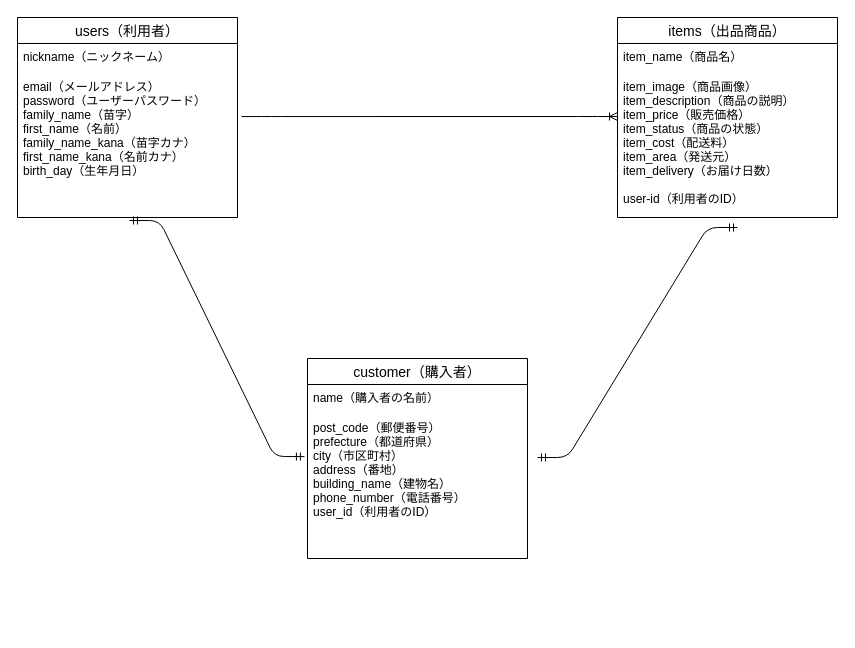
Earlier version of the draw.io diagram page "ページ1" (1 of 2) of furima.dio (atteyo-th/furima-34412). Source tidied: cells renumbered, new cells numbered last; positions are measured from the earlier drawing's top-left corner, leaving out a move shared by most shapes. Both pictures are drawn from the tidied source at 100%, with x=0, y=0 at pixel (17, 17).
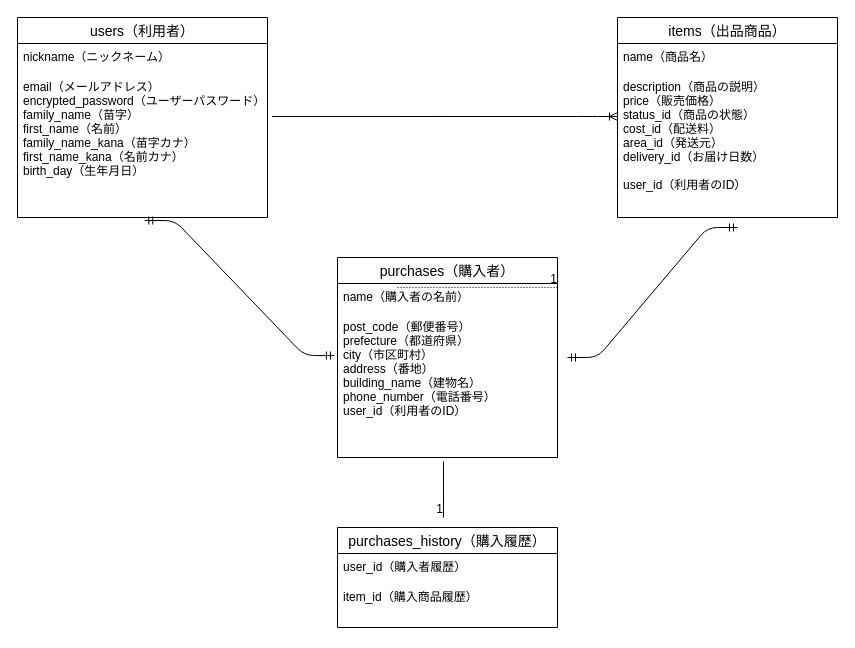
The same page after the edit.

The change refers to these unchanged cells:
```xml
<mxCell id="5" value="items（出品商品）" style="swimlane;fontStyle=0;horizontal=1;startSize=26;align=center;fontSize=14;direction=east;" parent="1" vertex="1">
  <mxGeometry x="600" width="220" height="200" as="geometry" />
</mxCell>
<mxCell id="11" value="post_code（郵便番号）&#10;prefecture（都道府県）&#10;city（市区町村）&#10;address（番地）&#10;building_name（建物名）&#10;phone_number（電話番号）&#10;user_id（利用者のID）&#10;&#10;&#10;" style="text;strokeColor=none;fillColor=none;spacingLeft=4;spacingRight=4;overflow=hidden;points=[[0,0.5],[1,0.5]];portConstraint=eastwest;fontSize=12;" parent="9" vertex="1">
  <mxGeometry y="56" width="220" height="144" as="geometry" />
</mxCell>
```

Change to the diagram source:
```diff
@@
     <mxCell id="2" value="users（利用者）" style="swimlane;fontStyle=0;horizontal=1;startSize=26;align=center;fontSize=14;direction=east;" parent="1" vertex="1">
-      <mxGeometry width="220" height="200" as="geometry" />
+      <mxGeometry width="250" height="200" as="geometry" />
     </mxCell>
     <mxCell id="3" value="nickname（ニックネーム）" style="text;fillColor=none;spacingLeft=4;spacingRight=4;overflow=hidden;fontSize=12;" parent="2" vertex="1">
-      <mxGeometry y="26" width="220" height="30" as="geometry" />
+      <mxGeometry y="26" width="250" height="30" as="geometry" />
     </mxCell>
-    <mxCell id="4" value="email（メールアドレス）&#10;password（ユーザーパスワード）&#10;family_name（苗字）&#10;first_name（名前）&#10;family_name_kana（苗字カナ）&#10;first_name_kana（名前カナ）&#10;birth_day（生年月日）&#10;&#10;&#10;&#10;" style="text;strokeColor=none;fillColor=none;spacingLeft=4;spacingRight=4;overflow=hidden;points=[[0,0.5],[1,0.5]];portConstraint=eastwest;fontSize=12;" parent="2" vertex="1">
-      <mxGeometry y="56" width="220" height="144" as="geometry" />
+    <mxCell id="4" value="email（メールアドレス）&#10;encrypted_password（ユーザーパスワード）&#10;family_name（苗字）&#10;first_name（名前）&#10;family_name_kana（苗字カナ）&#10;first_name_kana（名前カナ）&#10;birth_day（生年月日）&#10;&#10;&#10;&#10;" style="text;strokeColor=none;fillColor=none;spacingLeft=4;spacingRight=4;overflow=hidden;points=[[0,0.5],[1,0.5]];portConstraint=eastwest;fontSize=12;" parent="2" vertex="1">
+      <mxGeometry y="56" width="250" height="144" as="geometry" />
     </mxCell>
@@
-    <mxCell id="6" value="item_name（商品名）" style="text;fillColor=none;spacingLeft=4;spacingRight=4;overflow=hidden;fontSize=12;" parent="5" vertex="1">
+    <mxCell id="6" value="name（商品名）" style="text;fillColor=none;spacingLeft=4;spacingRight=4;overflow=hidden;fontSize=12;" parent="5" vertex="1">
       <mxGeometry y="26" width="220" height="30" as="geometry" />
     </mxCell>
-    <mxCell id="7" value="item_image（商品画像）&#10;item_description（商品の説明）&#10;item_price（販売価格）&#10;item_status（商品の状態）&#10;item_cost（配送料）&#10;item_area（発送元）&#10;item_delivery（お届け日数）&#10;&#10;user-id（利用者のID）&#10;&#10;&#10;&#10;" style="text;strokeColor=none;fillColor=none;spacingLeft=4;spacingRight=4;overflow=hidden;fontSize=12;" parent="5" vertex="1">
+    <mxCell id="7" value="description（商品の説明）&#10;price（販売価格）&#10;status_id（商品の状態）&#10;cost_id（配送料）&#10;area_id（発送元）&#10;delivery_id（お届け日数）&#10;&#10;user_id（利用者のID）&#10;&#10;&#10;&#10;" style="text;strokeColor=none;fillColor=none;spacingLeft=4;spacingRight=4;overflow=hidden;fontSize=12;" parent="5" vertex="1">
       <mxGeometry y="56" width="220" height="144" as="geometry" />
     </mxCell>
@@
-    <mxCell id="9" value="customer（購入者）" style="swimlane;fontStyle=0;horizontal=1;startSize=26;align=center;fontSize=14;direction=east;" parent="1" vertex="1">
-      <mxGeometry x="290" y="341" width="220" height="200" as="geometry" />
+    <mxCell id="9" value="purchases（購入者）" style="swimlane;fontStyle=0;horizontal=1;startSize=26;align=center;fontSize=14;direction=east;" parent="1" vertex="1">
+      <mxGeometry x="320" y="240" width="220" height="200" as="geometry" />
     </mxCell>
@@
     <mxCell id="13" style="edgeStyle=entityRelationEdgeStyle;fontSize=12;html=1;endArrow=ERmandOne;startArrow=ERmandOne;shadow=0;" parent="1" edge="1">
       <mxGeometry relative="1" as="geometry">
-        <mxPoint x="520" y="440" as="sourcePoint" />
+        <mxPoint x="550" y="340" as="sourcePoint" />
         <mxPoint x="720" y="210" as="targetPoint" />
       </mxGeometry>
     </mxCell>
+    <mxCell id="14" value="purchases_history（購入履歴）" style="swimlane;fontStyle=0;horizontal=1;startSize=26;align=center;fontSize=14;direction=east;" parent="1" vertex="1">
+      <mxGeometry x="320" y="510" width="220" height="100" as="geometry" />
+    </mxCell>
+    <mxCell id="15" value="user_id（購入者履歴）&#10;&#10;" style="text;fillColor=none;spacingLeft=4;spacingRight=4;overflow=hidden;fontSize=12;" parent="14" vertex="1">
+      <mxGeometry y="26" width="220" height="30" as="geometry" />
+    </mxCell>
+    <mxCell id="16" value="item_id（購入商品履歴）&#10;&#10;&#10;" style="text;strokeColor=none;fillColor=none;spacingLeft=4;spacingRight=4;overflow=hidden;fontSize=12;" parent="14" vertex="1">
+      <mxGeometry y="56" width="220" height="44" as="geometry" />
+    </mxCell>
+    <mxCell id="17" style="endArrow=none;html=1;rounded=0;exitX=0.482;exitY=1.028;exitDx=0;exitDy=0;exitPerimeter=0;" parent="1" edge="1" source="11">
+      <mxGeometry relative="1" as="geometry">
+        <mxPoint x="426" y="500" as="targetPoint" />
+      </mxGeometry>
+    </mxCell>
+    <mxCell id="18" value="1" style="html=1;align=right;verticalAlign=bottom;" parent="17" vertex="1">
+      <mxGeometry x="1" relative="1" as="geometry" />
+    </mxCell>
+    <mxCell id="19" style="endArrow=none;html=1;rounded=0;dashed=1;dashPattern=1 2;" parent="1" edge="1">
+      <mxGeometry relative="1" as="geometry">
+        <mxPoint x="380" y="270" as="sourcePoint" />
+        <mxPoint x="540" y="270" as="targetPoint" />
+      </mxGeometry>
+    </mxCell>
+    <mxCell id="20" value="1" style="html=1;align=right;verticalAlign=bottom;" parent="19" vertex="1">
+      <mxGeometry x="1" relative="1" as="geometry" />
+    </mxCell>
```
